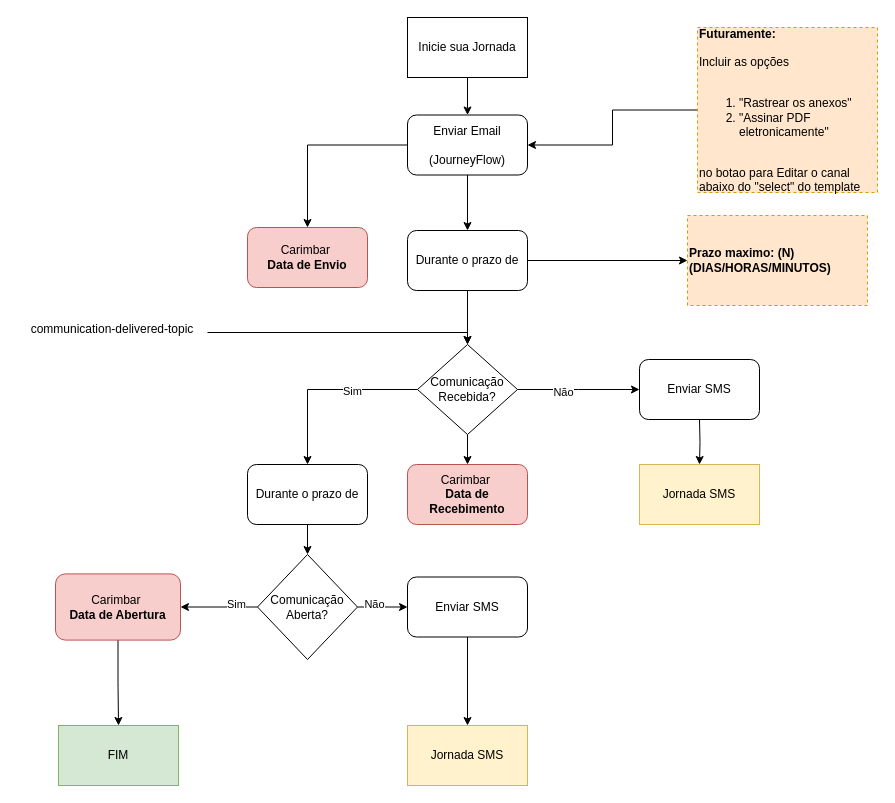
Above: page "Desenho Jornada Email Carimbos Multiplos" (3 of 8) of Diagrama Carimbo.drawio in caio-bueno/draws-valid (draw.io), before the change. Source tidied: cells renumbered, new cells numbered last; positions are measured from the earlier drawing's top-left corner, leaving out a move shared by most shapes. Both pictures are drawn from the tidied source at 100%, with x=0, y=0 at pixel (17, 17).
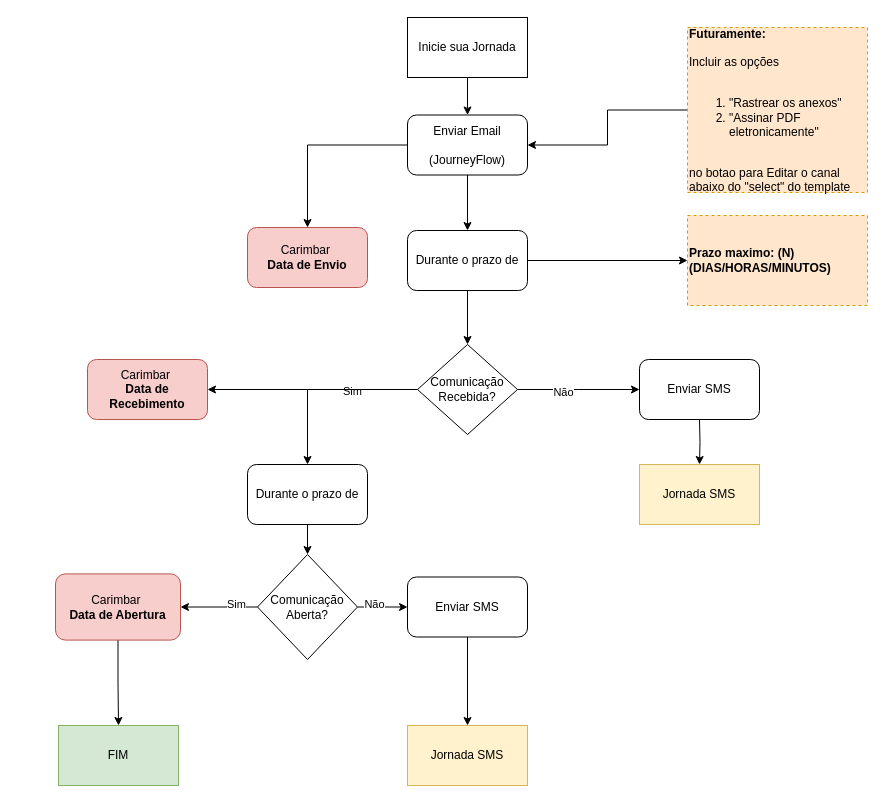
The same page after the edit.

Unchanged cells that the change refers to:
```xml
<mxCell id="11" value="Comunicação Recebida?" style="rhombus;whiteSpace=wrap;html=1;" parent="1" vertex="1">
  <mxGeometry x="400" y="327" width="100" height="90" as="geometry" />
</mxCell>
```

Diff of the diagram source:
```diff
@@
     <mxCell id="28" value="Carimbar&amp;nbsp;&lt;div&gt;&lt;b&gt;Data de Recebimento&lt;/b&gt;&lt;/div&gt;" style="rounded=1;whiteSpace=wrap;html=1;fillColor=#f8cecc;strokeColor=#b85450;" parent="1" vertex="1">
-      <mxGeometry x="390" y="447" width="120" height="60" as="geometry" />
+      <mxGeometry x="70" y="342" width="120" height="60" as="geometry" />
     </mxCell>
@@
     <mxCell id="32" value="&lt;div&gt;&lt;b&gt;Futuramente:&lt;/b&gt;&lt;/div&gt;&lt;div&gt;&lt;br&gt;&lt;/div&gt;Incluir as opções&lt;br&gt;&lt;br&gt;&lt;ol&gt;&lt;li&gt;&quot;Rastrear os anexos&quot;&amp;nbsp;&lt;/li&gt;&lt;li&gt;&quot;Assinar PDF eletronicamente&quot;&lt;/li&gt;&lt;/ol&gt;&lt;div&gt;&lt;div&gt;&lt;br&gt;&lt;/div&gt;&lt;div&gt;no botao para Editar o canal&lt;/div&gt;&lt;div&gt;abaixo do &quot;select&quot; do template&lt;/div&gt;&lt;/div&gt;" style="rounded=0;whiteSpace=wrap;html=1;fillColor=#ffe6cc;strokeColor=#d79b00;dashed=1;align=left;" parent="1" vertex="1">
-      <mxGeometry x="680" y="10" width="180" height="165" as="geometry" />
+      <mxGeometry x="670" y="10" width="180" height="165" as="geometry" />
     </mxCell>
@@
-    <mxCell id="37" style="edgeStyle=orthogonalEdgeStyle;rounded=0;jettySize=auto;html=1;" parent="1" edge="1" source="38" target="11">
-      <mxGeometry relative="1" as="geometry">
-        <Array as="points">
-          <mxPoint x="450" y="315" />
-        </Array>
-      </mxGeometry>
-    </mxCell>
-    <mxCell id="38" value="communication-delivered-topic" style="text;html=1;align=center;verticalAlign=middle;whiteSpace=wrap;rounded=0;" parent="1" vertex="1">
-      <mxGeometry y="297" width="190" height="30" as="geometry" />
-    </mxCell>
```
